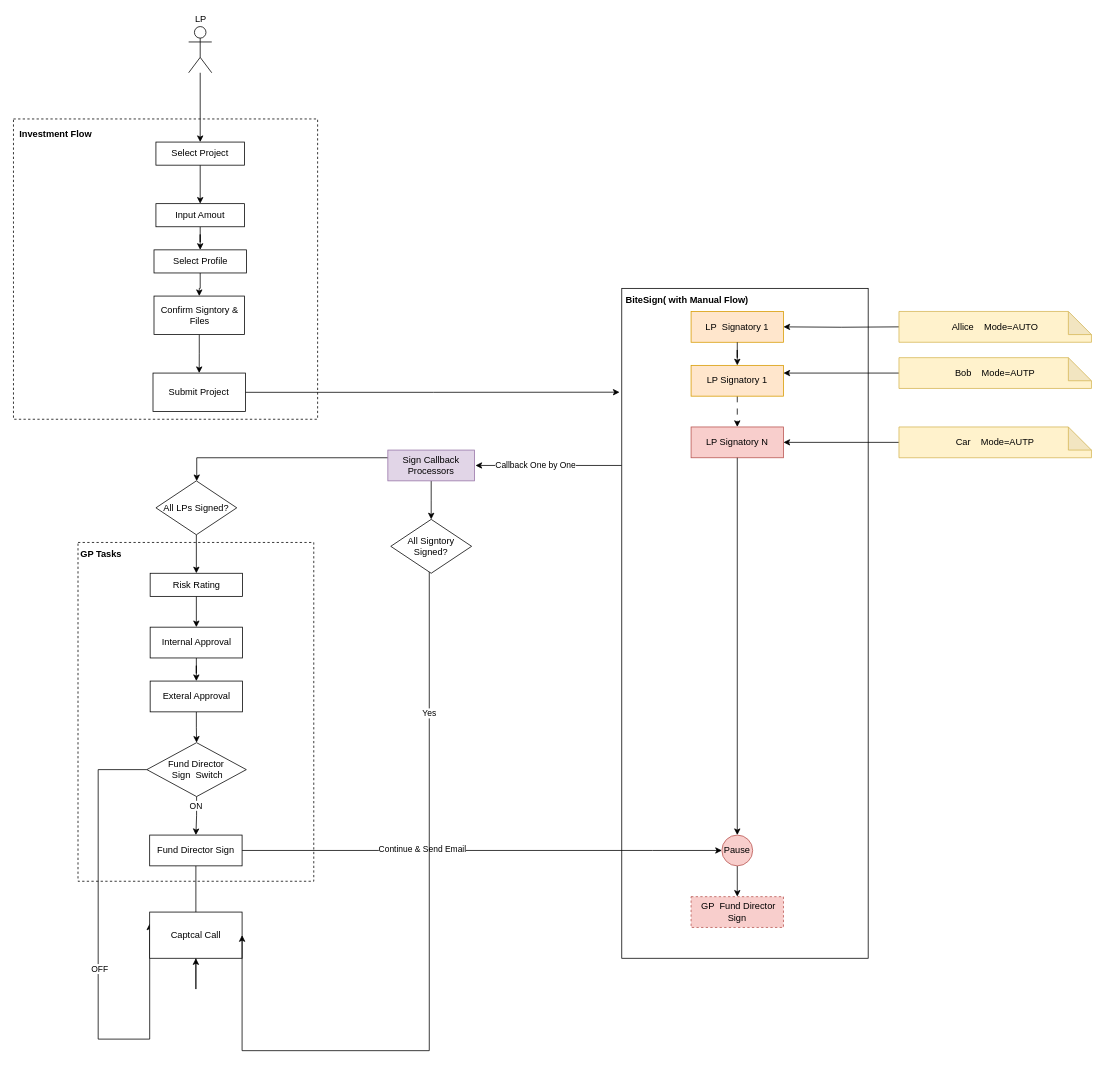
fast-dev/fast-dev.github.io keeps this draw.io diagram as Untitled Diagram.drawio. Above is the earlier version. Source tidied: cells renumbered, new cells numbered last; positions are measured from the earlier drawing's top-left corner, leaving out a move shared by most shapes. Both pictures are drawn from the tidied source at 77%, with x=0, y=0 at pixel (13, 26).
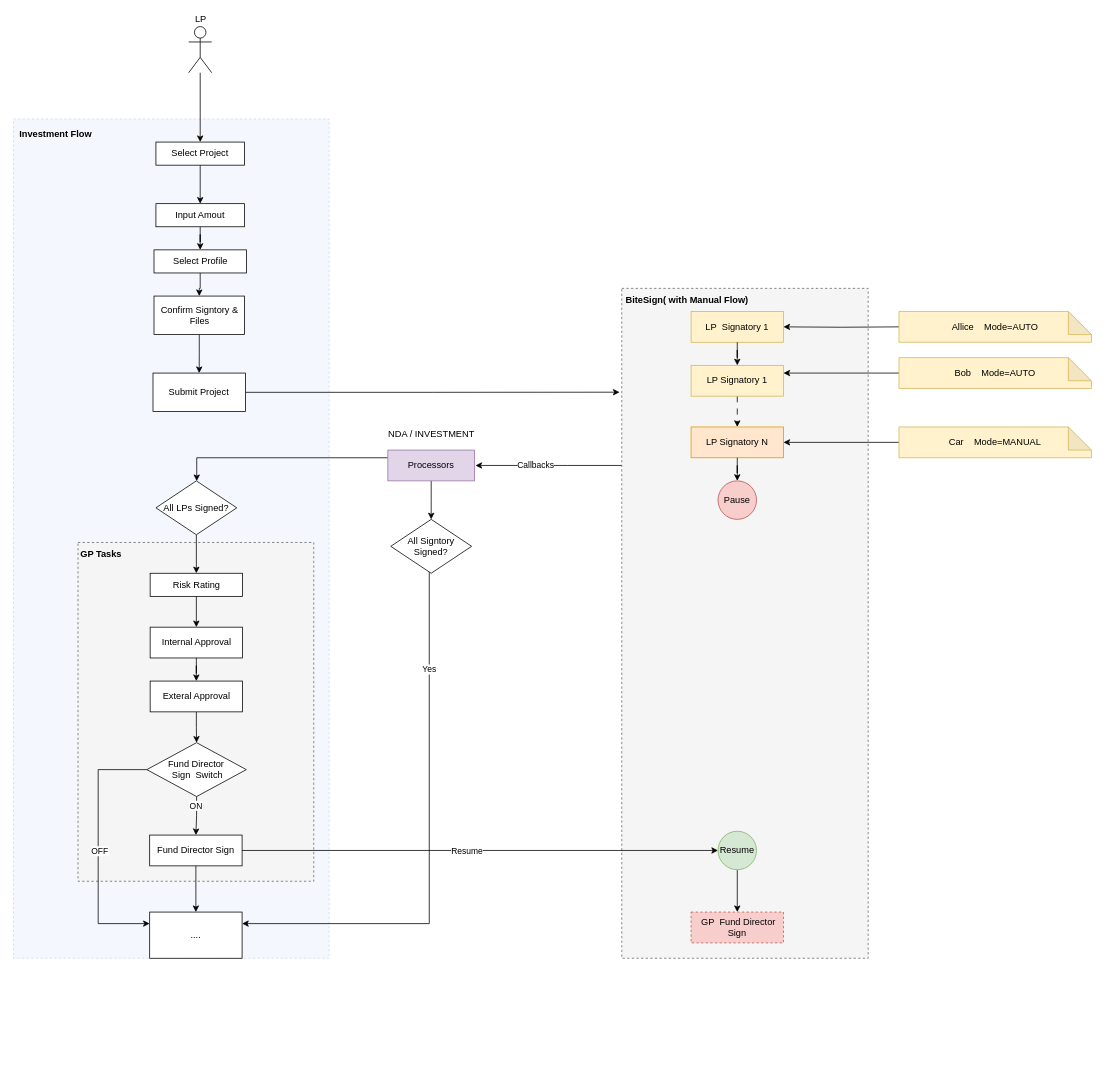
The same diagram, later.

Unchanged cells that the change refers to:
```xml
<mxCell id="15" style="edgeStyle=orthogonalEdgeStyle;rounded=0;jettySize=auto;html=1;" parent="1" edge="1" source="17">
  <mxGeometry relative="1" as="geometry">
    <mxPoint x="600" y="570" as="targetPoint" />
    <Array as="points">
      <mxPoint x="720" y="570" />
      <mxPoint x="720" y="570" />
    </Array>
  </mxGeometry>
</mxCell>
<mxCell id="33" value="Fund Director Sign" style="rounded=0;whiteSpace=wrap;html=1;" parent="1" vertex="1">
  <mxGeometry x="176.9" y="1050" width="120" height="40" as="geometry" />
</mxCell>
<mxCell id="38" value="Fund Director&lt;br&gt;&amp;nbsp;Sign&amp;nbsp; Switch" style="rhombus;whiteSpace=wrap;html=1;" parent="1" vertex="1">
  <mxGeometry x="173.2" y="930" width="129.2" height="70" as="geometry" />
</mxCell>
<mxCell id="60" value="All Signtory Signed?" style="rhombus;whiteSpace=wrap;html=1;" parent="1" vertex="1">
  <mxGeometry x="490" y="640" width="105" height="70" as="geometry" />
</mxCell>
```

Change to the diagram source:
```diff
@@
+    <mxCell id="3" style="rounded=0;whiteSpace=wrap;html=1;dashed=1;fillColor=#dae8fc;strokeColor=#6c8ebf;opacity=30;" parent="1" vertex="1">
+      <mxGeometry y="120" width="410" height="1090" as="geometry" />
+    </mxCell>
-    <mxCell id="2" style="rounded=0;whiteSpace=wrap;html=1;dashed=1;" parent="1" vertex="1">
+    <mxCell id="2" style="rounded=0;whiteSpace=wrap;html=1;dashed=1;fillColor=#f5f5f5;fontColor=#333333;strokeColor=#666666;" parent="1" vertex="1">
       <mxGeometry x="83.8" y="670" width="306.2" height="440" as="geometry" />
     </mxCell>
-    <mxCell id="3" style="rounded=0;whiteSpace=wrap;html=1;dashed=1;" parent="1" vertex="1">
-      <mxGeometry y="120" width="395" height="390" as="geometry" />
-    </mxCell>
@@
-    <mxCell id="16" value="Callback One by One" style="edgeLabel;html=1;align=center;verticalAlign=middle;" parent="15" vertex="1">
+    <mxCell id="16" value="Callbacks" style="edgeLabel;html=1;align=center;verticalAlign=middle;" parent="15" vertex="1">
       <mxGeometry x="0.19" y="-1" relative="1" as="geometry" />
     </mxCell>
-    <mxCell id="17" style="rounded=0;whiteSpace=wrap;html=1;" parent="1" vertex="1">
+    <mxCell id="17" style="rounded=0;whiteSpace=wrap;html=1;dashed=1;fillColor=#f5f5f5;fontColor=#333333;strokeColor=#666666;" parent="1" vertex="1">
       <mxGeometry x="790" y="340" width="320" height="870" as="geometry" />
     </mxCell>
@@
-    <mxCell id="20" value="LP&amp;nbsp; Signatory&amp;nbsp;1" style="rounded=0;whiteSpace=wrap;html=1;fillColor=#ffe6cc;strokeColor=#d79b00;" parent="1" vertex="1">
+    <mxCell id="20" value="LP&amp;nbsp; Signatory&amp;nbsp;1" style="rounded=0;whiteSpace=wrap;html=1;fillColor=#fff2cc;strokeColor=#d6b656;" parent="1" vertex="1">
       <mxGeometry x="880" y="370" width="120" height="40" as="geometry" />
     </mxCell>
-    <mxCell id="21" style="edgeStyle=orthogonalEdgeStyle;rounded=0;jettySize=auto;html=1;" parent="1" edge="1" source="47" target="40">
-      <mxGeometry relative="1" as="geometry" />
-    </mxCell>
-    <mxCell id="22" value="LP Signatory&amp;nbsp;N" style="rounded=0;whiteSpace=wrap;html=1;fillColor=#f8cecc;strokeColor=#b85450;" parent="1" vertex="1">
+    <mxCell id="22" value="LP Signatory&amp;nbsp;N" style="rounded=0;whiteSpace=wrap;html=1;fillColor=#ffe6cc;strokeColor=#d79b00;" parent="1" vertex="1">
       <mxGeometry x="880" y="520" width="120" height="40" as="geometry" />
     </mxCell>
@@
     <mxCell id="30" style="edgeStyle=orthogonalEdgeStyle;rounded=0;jettySize=auto;html=1;" parent="1" edge="1" source="33" target="39">
-      <mxGeometry relative="1" as="geometry">
-        <Array as="points">
-          <mxPoint x="237" y="1250" />
-          <mxPoint x="237" y="1250" />
-        </Array>
-      </mxGeometry>
+      <mxGeometry relative="1" as="geometry" />
     </mxCell>
-    <mxCell id="31" style="edgeStyle=orthogonalEdgeStyle;rounded=0;jettySize=auto;html=1;" parent="1" edge="1" source="33" target="47">
-      <mxGeometry relative="1" as="geometry">
-        <Array as="points">
-          <mxPoint x="830" y="1070" />
-          <mxPoint x="830" y="1070" />
-        </Array>
-      </mxGeometry>
-    </mxCell>
-    <mxCell id="32" value="Continue &amp;amp; Send Email" style="edgeLabel;html=1;align=center;verticalAlign=middle;" parent="31" vertex="1">
-      <mxGeometry x="-0.25" y="3" relative="1" as="geometry" />
-    </mxCell>
@@
     <mxCell id="36" style="edgeStyle=orthogonalEdgeStyle;rounded=0;jettySize=auto;html=1;entryX=0;entryY=0.25;entryDx=0;entryDy=0;" parent="1" edge="1" source="38" target="39">
       <mxGeometry relative="1" as="geometry">
         <Array as="points">
           <mxPoint x="110" y="965" />
-          <mxPoint x="110" y="1315" />
+          <mxPoint x="110" y="1165" />
         </Array>
       </mxGeometry>
     </mxCell>
@@
-    <mxCell id="39" value="Captcal Call" style="rounded=0;whiteSpace=wrap;html=1;" parent="1" vertex="1">
+    <mxCell id="39" value="...." style="rounded=0;whiteSpace=wrap;html=1;" parent="1" vertex="1">
       <mxGeometry x="176.9" y="1150" width="120" height="60" as="geometry" />
     </mxCell>
     <mxCell id="40" value="&amp;nbsp;GP&amp;nbsp; Fund Director Sign" style="rounded=0;whiteSpace=wrap;html=1;fillColor=#f8cecc;strokeColor=#b85450;dashed=1;" parent="1" vertex="1">
-      <mxGeometry x="880" y="1130" width="120" height="40" as="geometry" />
+      <mxGeometry x="880" y="1150" width="120" height="40" as="geometry" />
     </mxCell>
@@
-    <mxCell id="43" value="Sign Callback Processors" style="rounded=0;whiteSpace=wrap;html=1;fillColor=#e1d5e7;strokeColor=#9673a6;" parent="1" vertex="1">
+    <mxCell id="43" value="Processors" style="rounded=0;whiteSpace=wrap;html=1;fillColor=#e1d5e7;strokeColor=#9673a6;" parent="1" vertex="1">
       <mxGeometry x="486.2" y="550" width="112.5" height="40" as="geometry" />
     </mxCell>
@@
-    <mxCell id="45" value="LP Signatory&amp;nbsp;1" style="rounded=0;whiteSpace=wrap;html=1;fillColor=#ffe6cc;strokeColor=#d79b00;" parent="1" vertex="1">
+    <mxCell id="45" value="LP Signatory&amp;nbsp;1" style="rounded=0;whiteSpace=wrap;html=1;fillColor=#fff2cc;strokeColor=#d6b656;" parent="1" vertex="1">
       <mxGeometry x="880" y="440" width="120" height="40" as="geometry" />
     </mxCell>
@@
     <mxCell id="47" value="Pause" style="ellipse;whiteSpace=wrap;html=1;fillColor=#f8cecc;strokeColor=#b85450;" parent="1" vertex="1">
-      <mxGeometry x="920" y="1050" width="40" height="40" as="geometry" />
+      <mxGeometry x="915" y="590" width="50" height="50" as="geometry" />
     </mxCell>
@@
-    <mxCell id="54" value="Bob&amp;nbsp; &amp;nbsp; Mode=AUTP" style="shape=note;whiteSpace=wrap;html=1;backgroundOutline=1;darkOpacity=0.05;fillColor=#fff2cc;strokeColor=#d6b656;" parent="1" vertex="1">
+    <mxCell id="54" value="Bob&amp;nbsp; &amp;nbsp; Mode=AUTO" style="shape=note;whiteSpace=wrap;html=1;backgroundOutline=1;darkOpacity=0.05;fillColor=#fff2cc;strokeColor=#d6b656;" parent="1" vertex="1">
       <mxGeometry x="1150" y="430" width="250" height="40" as="geometry" />
     </mxCell>
@@
-    <mxCell id="56" value="Car&amp;nbsp; &amp;nbsp; Mode=AUTP" style="shape=note;whiteSpace=wrap;html=1;backgroundOutline=1;darkOpacity=0.05;fillColor=#fff2cc;strokeColor=#d6b656;" parent="1" vertex="1">
+    <mxCell id="56" value="Car&amp;nbsp; &amp;nbsp; Mode=MANUAL" style="shape=note;whiteSpace=wrap;html=1;backgroundOutline=1;darkOpacity=0.05;fillColor=#fff2cc;strokeColor=#d6b656;" parent="1" vertex="1">
       <mxGeometry x="1150" y="520" width="250" height="40" as="geometry" />
     </mxCell>
@@
-    <mxCell id="58" style="edgeStyle=orthogonalEdgeStyle;rounded=0;jettySize=auto;html=1;entryX=1;entryY=0.5;entryDx=0;entryDy=0;" parent="1" edge="1" source="60" target="39">
+    <mxCell id="58" style="edgeStyle=orthogonalEdgeStyle;rounded=0;jettySize=auto;html=1;entryX=1;entryY=0.25;entryDx=0;entryDy=0;" parent="1" edge="1" source="60" target="39">
       <mxGeometry relative="1" as="geometry">
         <Array as="points">
-          <mxPoint x="540" y="1330" />
+          <mxPoint x="540" y="1165" />
         </Array>
       </mxGeometry>
     </mxCell>
@@
+    <mxCell id="61" value="NDA / INVESTMENT" style="text;html=1;strokeColor=none;fillColor=none;align=center;verticalAlign=middle;whiteSpace=wrap;rounded=0;" parent="1" vertex="1">
+      <mxGeometry x="452.5" y="520" width="180" height="20" as="geometry" />
+    </mxCell>
+    <mxCell id="62" style="edgeStyle=orthogonalEdgeStyle;rounded=0;jettySize=auto;html=1;" parent="1" edge="1" source="33" target="65">
+      <mxGeometry relative="1" as="geometry">
+        <Array as="points">
+          <mxPoint x="965" y="1070" />
+        </Array>
+      </mxGeometry>
+    </mxCell>
+    <mxCell id="63" value="Resume" style="edgeLabel;html=1;align=center;verticalAlign=middle;" parent="62" vertex="1">
+      <mxGeometry x="-0.25" y="3" relative="1" as="geometry">
+        <mxPoint x="60" y="3" as="offset" />
+      </mxGeometry>
+    </mxCell>
+    <mxCell id="64" style="edgeStyle=orthogonalEdgeStyle;rounded=0;jettySize=auto;html=1;" parent="1" edge="1" source="65" target="40">
+      <mxGeometry relative="1" as="geometry" />
+    </mxCell>
+    <mxCell id="65" value="Resume" style="ellipse;whiteSpace=wrap;html=1;fillColor=#d5e8d4;strokeColor=#82b366;" parent="1" vertex="1">
+      <mxGeometry x="915" y="1045" width="50" height="50" as="geometry" />
+    </mxCell>
```
